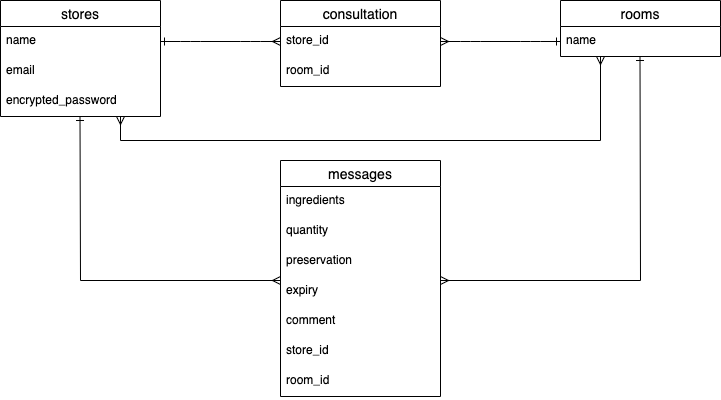
Git-junior/hokasuna keeps this draw.io diagram as er.drawio.png. Above is the earlier version. Source tidied: cells renumbered, new cells last; positions are measured from the earlier drawing's top-left corner, leaving out a move shared by most shapes.
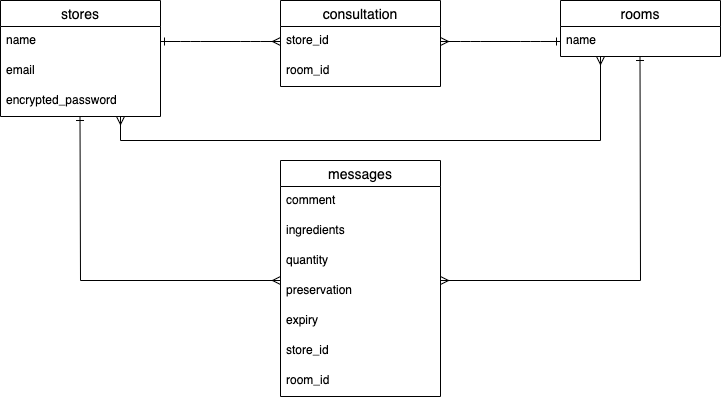
The same file after the commit.

The edit, as a diff of the source:
```diff
@@ -35,19 +35,19 @@
     <mxCell id="12" value="messages" style="swimlane;fontStyle=0;horizontal=1;startSize=26;align=center;fontSize=14;" parent="1" vertex="1">
       <mxGeometry x="280" y="160" width="160" height="236" as="geometry" />
     </mxCell>
-    <mxCell id="13" value="ingredients" style="text;strokeColor=none;fillColor=none;spacingLeft=4;spacingRight=4;overflow=hidden;fontSize=12;" parent="12" vertex="1">
+    <mxCell id="13" value="comment" style="text;strokeColor=none;fillColor=none;spacingLeft=4;spacingRight=4;overflow=hidden;fontSize=12;" parent="12" vertex="1">
       <mxGeometry y="26" width="160" height="30" as="geometry" />
     </mxCell>
-    <mxCell id="14" value="quantity" style="text;strokeColor=none;fillColor=none;spacingLeft=4;spacingRight=4;overflow=hidden;fontSize=12;" parent="12" vertex="1">
+    <mxCell id="14" value="ingredients" style="text;strokeColor=none;fillColor=none;spacingLeft=4;spacingRight=4;overflow=hidden;fontSize=12;" parent="12" vertex="1">
       <mxGeometry y="56" width="160" height="30" as="geometry" />
     </mxCell>
-    <mxCell id="15" value="preservation" style="text;strokeColor=none;fillColor=none;spacingLeft=4;spacingRight=4;overflow=hidden;fontSize=12;" parent="12" vertex="1">
+    <mxCell id="15" value="quantity" style="text;strokeColor=none;fillColor=none;spacingLeft=4;spacingRight=4;overflow=hidden;fontSize=12;" parent="12" vertex="1">
       <mxGeometry y="86" width="160" height="30" as="geometry" />
     </mxCell>
-    <mxCell id="16" value="expiry" style="text;strokeColor=none;fillColor=none;spacingLeft=4;spacingRight=4;overflow=hidden;fontSize=12;" parent="12" vertex="1">
+    <mxCell id="16" value="preservation" style="text;strokeColor=none;fillColor=none;spacingLeft=4;spacingRight=4;overflow=hidden;fontSize=12;" parent="12" vertex="1">
       <mxGeometry y="116" width="160" height="30" as="geometry" />
     </mxCell>
-    <mxCell id="17" value="comment" style="text;strokeColor=none;fillColor=none;spacingLeft=4;spacingRight=4;overflow=hidden;fontSize=12;" parent="12" vertex="1">
+    <mxCell id="17" value="expiry" style="text;strokeColor=none;fillColor=none;spacingLeft=4;spacingRight=4;overflow=hidden;fontSize=12;" parent="12" vertex="1">
       <mxGeometry y="146" width="160" height="30" as="geometry" />
     </mxCell>
     <mxCell id="18" value="store_id" style="text;strokeColor=none;fillColor=none;spacingLeft=4;spacingRight=4;overflow=hidden;fontSize=12;" parent="12" vertex="1">
```
